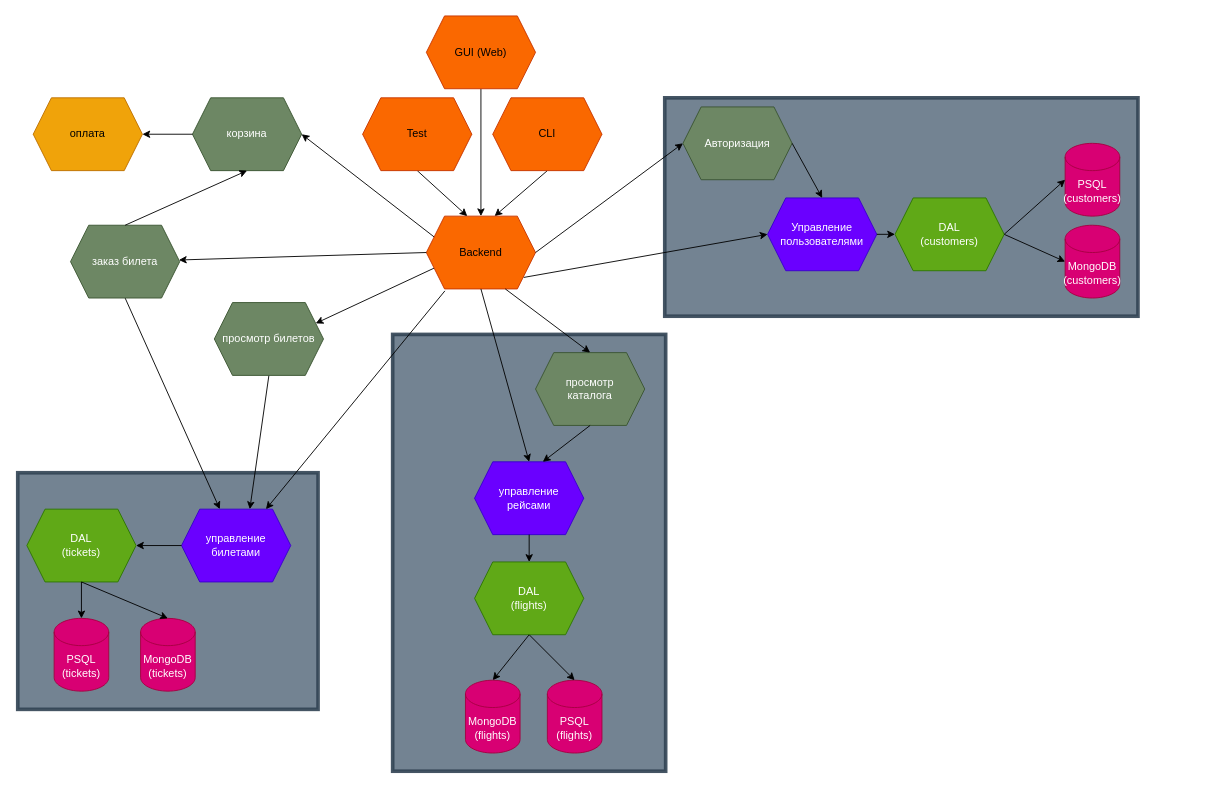
chas3air/Airplanes-Co keeps this draw.io diagram as Architecture.drawio. Above is the earlier version. Source tidied: cells renumbered, new cells numbered last; positions are measured from the earlier drawing's top-left corner, leaving out a move shared by most shapes. Both pictures are drawn from the tidied source at 91%, with x=0, y=0 at pixel (17, 15).
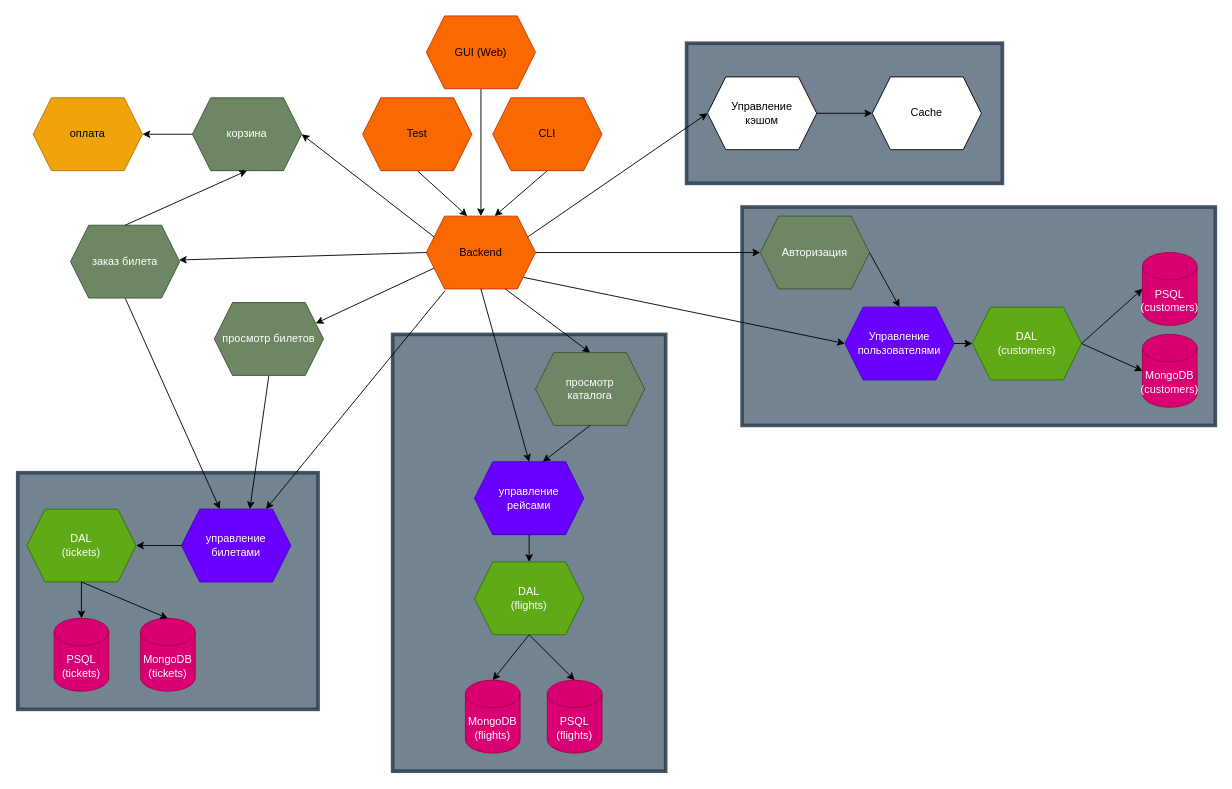
After the change.

The change refers to these unchanged cells:
```xml
<mxCell id="8" value="Backend" style="shape=hexagon;perimeter=hexagonPerimeter2;whiteSpace=wrap;html=1;fixedSize=1;fillColor=#fa6800;fontColor=#000000;strokeColor=#C73500;" parent="1" vertex="1">
  <mxGeometry x="449" y="220" width="120" height="80" as="geometry" />
</mxCell>
```

Change to the diagram source:
```diff
@@
+    <mxCell id="53" style="rounded=0;whiteSpace=wrap;html=1;strokeWidth=4;perimeterSpacing=10;strokeColor=#314354;opacity=90;fillColor=#647687;fontColor=#ffffff;" parent="1" vertex="1">
+      <mxGeometry x="735" y="30" width="347" height="154" as="geometry" />
+    </mxCell>
@@
     <mxCell id="4" style="rounded=0;whiteSpace=wrap;html=1;strokeWidth=4;perimeterSpacing=10;strokeColor=#314354;opacity=90;fillColor=#647687;fontColor=#ffffff;" parent="1" vertex="1">
-      <mxGeometry x="711" y="90" width="520" height="240" as="geometry" />
+      <mxGeometry x="796" y="210" width="520" height="240" as="geometry" />
     </mxCell>
@@
     <mxCell id="9" value="Авторизация" style="shape=hexagon;perimeter=hexagonPerimeter2;whiteSpace=wrap;html=1;fixedSize=1;fillColor=#6d8764;fontColor=#ffffff;strokeColor=#3A5431;" parent="1" vertex="1">
-      <mxGeometry x="731" y="100" width="120" height="80" as="geometry" />
+      <mxGeometry x="816" y="220" width="120" height="80" as="geometry" />
     </mxCell>
@@
     <mxCell id="11" value="DAL&lt;div&gt;(customers)&lt;/div&gt;" style="shape=hexagon;perimeter=hexagonPerimeter2;whiteSpace=wrap;html=1;fixedSize=1;fillColor=#60a917;fontColor=#ffffff;strokeColor=#2D7600;" parent="1" vertex="1">
-      <mxGeometry x="964" y="200" width="120" height="80" as="geometry" />
+      <mxGeometry x="1049" y="320" width="120" height="80" as="geometry" />
     </mxCell>
     <mxCell id="12" value="PSQL&lt;div&gt;(customers)&lt;/div&gt;" style="shape=cylinder3;whiteSpace=wrap;html=1;boundedLbl=1;backgroundOutline=1;size=15;fillColor=#d80073;fontColor=#ffffff;strokeColor=#A50040;" parent="1" vertex="1">
-      <mxGeometry x="1151" y="140" width="60" height="80" as="geometry" />
+      <mxGeometry x="1236" y="260" width="60" height="80" as="geometry" />
     </mxCell>
@@
     <mxCell id="20" value="Управление&lt;div&gt;пользователями&lt;/div&gt;" style="shape=hexagon;perimeter=hexagonPerimeter2;whiteSpace=wrap;html=1;fixedSize=1;fillColor=#6a00ff;fontColor=#ffffff;strokeColor=#3700CC;" parent="1" vertex="1">
-      <mxGeometry x="824" y="200" width="120" height="80" as="geometry" />
+      <mxGeometry x="909" y="320" width="120" height="80" as="geometry" />
     </mxCell>
@@
     <mxCell id="46" value="MongoDB&lt;div&gt;(customers)&lt;/div&gt;" style="shape=cylinder3;whiteSpace=wrap;html=1;boundedLbl=1;backgroundOutline=1;size=15;fillColor=#d80073;fontColor=#ffffff;strokeColor=#A50040;" parent="1" vertex="1">
-      <mxGeometry x="1151" y="230" width="60" height="80" as="geometry" />
+      <mxGeometry x="1236" y="350" width="60" height="80" as="geometry" />
     </mxCell>
@@
+    <mxCell id="54" value="Управление&lt;br&gt;кэшом" style="shape=hexagon;perimeter=hexagonPerimeter2;whiteSpace=wrap;html=1;fixedSize=1;" parent="1" vertex="1">
+      <mxGeometry x="758" y="67" width="120" height="80" as="geometry" />
+    </mxCell>
+    <mxCell id="55" value="Cache" style="shape=hexagon;perimeter=hexagonPerimeter2;whiteSpace=wrap;html=1;fixedSize=1;" parent="1" vertex="1">
+      <mxGeometry x="939" y="67" width="120" height="80" as="geometry" />
+    </mxCell>
+    <mxCell id="56" style="endArrow=classic;html=1;exitX=1;exitY=0.5;exitDx=0;exitDy=0;entryX=0;entryY=0.5;entryDx=0;entryDy=0;" parent="1" edge="1" source="54" target="55">
+      <mxGeometry relative="1" as="geometry" />
+    </mxCell>
+    <mxCell id="57" style="endArrow=classic;html=1;exitX=1;exitY=0.25;exitDx=0;exitDy=0;entryX=0;entryY=0.5;entryDx=0;entryDy=0;" parent="1" edge="1" source="8" target="54">
+      <mxGeometry relative="1" as="geometry" />
+    </mxCell>
```
